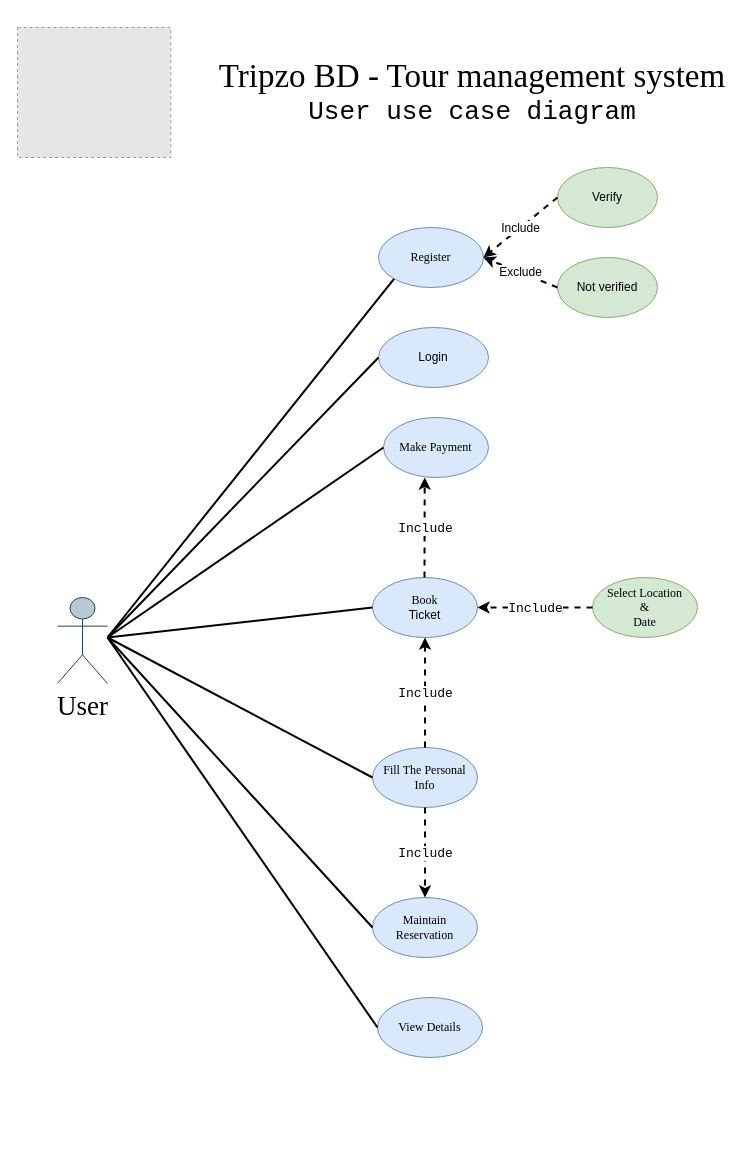
Above: User UML.drawio in Project-TripzoBD/TripzoBD (draw.io), before the change. Source tidied: cells renumbered, new cells numbered last; positions are measured from the earlier drawing's top-left corner, leaving out a move shared by most shapes. Both pictures are drawn from the tidied source at 100%, with x=0, y=0 at pixel (17, 17). Pictures stored in the file or linked from it are replaced by grey dashed boxes.
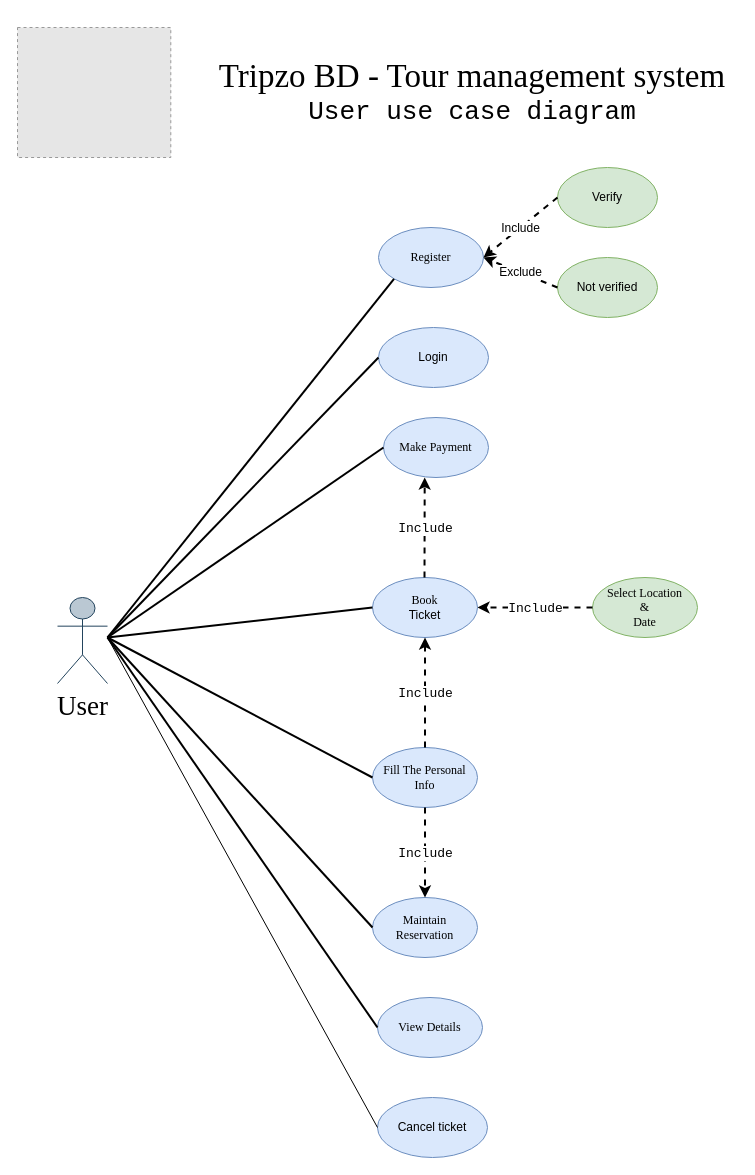
Above is the later version.

Commit message:
UML diagram drawio file

Diff of the diagram source:
```diff
@@
+    <mxCell id="34" value="Cancel ticket" style="ellipse;whiteSpace=wrap;html=1;fillColor=#dae8fc;strokeColor=#6c8ebf;" parent="1" vertex="1">
+      <mxGeometry x="360" y="1080" width="110" height="60" as="geometry" />
+    </mxCell>
+    <mxCell id="35" style="endArrow=none;html=1;entryX=0;entryY=0.5;entryDx=0;entryDy=0;" parent="1" edge="1" target="34">
+      <mxGeometry relative="1" as="geometry">
+        <mxPoint x="90" y="620" as="sourcePoint" />
+      </mxGeometry>
+    </mxCell>
```
